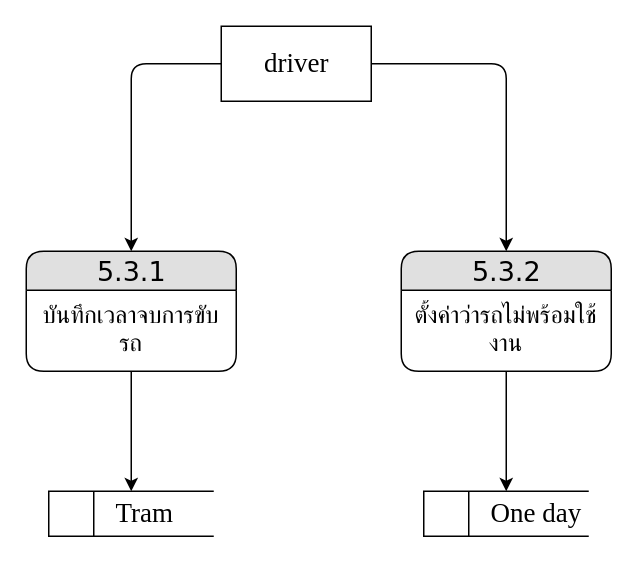
The draw.io diagram page "5.3" (6 of 7) of data_flow.drawio in Domineice/Tram_tracking_draft, before the edit. Source tidied: cells renumbered, new cells numbered last; positions are measured from the earlier drawing's top-left corner, leaving out a move shared by most shapes. Both pictures are drawn from the tidied source at 150%, with x=0, y=0 at pixel (26, 26).
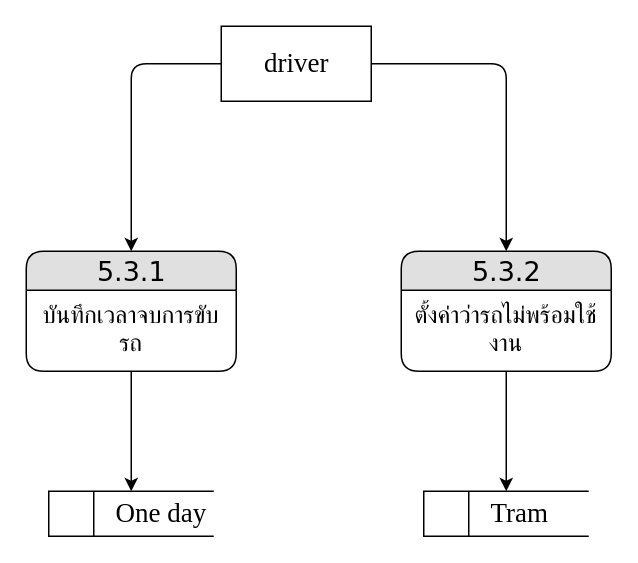
After the change.

Change to the diagram source:
```diff
@@
 <mxGraphModel>
   <root>
     <mxCell id="0" />
     <mxCell id="1" parent="0" />
     <mxCell id="2" style="edgeStyle=orthogonalEdgeStyle;rounded=1;jettySize=auto;html=1;fontSize=16;" parent="1" edge="1" source="4" target="8">
       <mxGeometry relative="1" as="geometry">
         <Array as="points">
           <mxPoint x="70" y="25" />
         </Array>
       </mxGeometry>
     </mxCell>
     <mxCell id="3" style="edgeStyle=orthogonalEdgeStyle;rounded=1;jettySize=auto;html=1;fontSize=16;" parent="1" edge="1" source="4" target="11">
       <mxGeometry relative="1" as="geometry" />
     </mxCell>
     <mxCell id="4" value="driver" style="html=1;dashed=0;whitespace=wrap;fontFamily=Times New Roman;fontSize=18;align=center;" parent="1" vertex="1">
       <mxGeometry x="130" width="100" height="50" as="geometry" />
     </mxCell>
-    <mxCell id="5" value="&lt;blockquote style=&quot;margin: 0 0 0 40px ; border: none ; padding: 0px&quot;&gt;Tram&lt;/blockquote&gt;" style="html=1;dashed=0;whitespace=wrap;shape=mxgraph.dfd.dataStoreID;align=left;spacingLeft=3;points=[[0,0],[0.5,0],[1,0],[0,0.5],[1,0.5],[0,1],[0.5,1],[1,1]];fontFamily=Times New Roman;fontSize=18;" parent="1" vertex="1">
+    <mxCell id="5" value="&lt;blockquote style=&quot;margin: 0 0 0 40px ; border: none ; padding: 0px&quot;&gt;One day&lt;/blockquote&gt;" style="html=1;dashed=0;whitespace=wrap;shape=mxgraph.dfd.dataStoreID;align=left;spacingLeft=3;points=[[0,0],[0.5,0],[1,0],[0,0.5],[1,0.5],[0,1],[0.5,1],[1,1]];fontFamily=Times New Roman;fontSize=18;" parent="1" vertex="1">
       <mxGeometry x="15" y="310" width="110" height="30" as="geometry" />
     </mxCell>
-    <mxCell id="6" value="&lt;blockquote style=&quot;margin: 0 0 0 40px ; border: none ; padding: 0px&quot;&gt;One day&lt;/blockquote&gt;" style="html=1;dashed=0;whitespace=wrap;shape=mxgraph.dfd.dataStoreID;align=left;spacingLeft=3;points=[[0,0],[0.5,0],[1,0],[0,0.5],[1,0.5],[0,1],[0.5,1],[1,1]];fontFamily=Times New Roman;fontSize=18;" parent="1" vertex="1">
+    <mxCell id="6" value="&lt;blockquote style=&quot;margin: 0 0 0 40px ; border: none ; padding: 0px&quot;&gt;Tram&lt;/blockquote&gt;" style="html=1;dashed=0;whitespace=wrap;shape=mxgraph.dfd.dataStoreID;align=left;spacingLeft=3;points=[[0,0],[0.5,0],[1,0],[0,0.5],[1,0.5],[0,1],[0.5,1],[1,1]];fontFamily=Times New Roman;fontSize=18;" parent="1" vertex="1">
       <mxGeometry x="265" y="310" width="110" height="30" as="geometry" />
     </mxCell>
     <mxCell id="7" style="edgeStyle=orthogonalEdgeStyle;rounded=1;jettySize=auto;html=1;fontSize=16;" parent="1" edge="1" source="8" target="5">
       <mxGeometry relative="1" as="geometry" />
     </mxCell>
     <mxCell id="8" value="&lt;font style=&quot;font-size: 18px&quot;&gt;5.3.1&lt;br&gt;&lt;/font&gt;" style="swimlane;html=1;fontStyle=0;horizontal=1;startSize=26;fillColor=#e0e0e0;swimlaneFillColor=#ffffff;align=center;rounded=1;shadow=0;comic=0;labelBackgroundColor=none;strokeWidth=1;fontFamily=Verdana;fontSize=12;" parent="1" vertex="1">
       <mxGeometry y="150" width="140" height="80" as="geometry" />
     </mxCell>
     <mxCell id="9" value="&lt;span style=&quot;font-size: 16px&quot;&gt;บันทึกเวลาจบการขับรถ&lt;/span&gt;" style="text;html=1;strokeColor=none;fillColor=none;spacingLeft=4;spacingRight=4;whiteSpace=wrap;overflow=hidden;align=center;" parent="8" vertex="1">
       <mxGeometry y="26" width="140" height="44" as="geometry" />
     </mxCell>
     <mxCell id="10" style="edgeStyle=orthogonalEdgeStyle;rounded=1;jettySize=auto;html=1;fontSize=16;" parent="1" edge="1" source="11" target="6">
       <mxGeometry relative="1" as="geometry" />
     </mxCell>
     <mxCell id="11" value="&lt;font style=&quot;font-size: 18px&quot;&gt;5.3.2&lt;br&gt;&lt;/font&gt;" style="swimlane;html=1;fontStyle=0;horizontal=1;startSize=26;fillColor=#e0e0e0;swimlaneFillColor=#ffffff;align=center;rounded=1;shadow=0;comic=0;labelBackgroundColor=none;strokeWidth=1;fontFamily=Verdana;fontSize=12;" parent="1" vertex="1">
       <mxGeometry x="250" y="150" width="140" height="80" as="geometry" />
     </mxCell>
     <mxCell id="12" value="&lt;span style=&quot;font-size: 16px&quot;&gt;ตั้งค่าว่ารถไม่พร้อมใช้งาน&lt;/span&gt;" style="text;html=1;strokeColor=none;fillColor=none;spacingLeft=4;spacingRight=4;whiteSpace=wrap;overflow=hidden;align=center;" parent="11" vertex="1">
       <mxGeometry y="26" width="140" height="44" as="geometry" />
     </mxCell>
   </root>
 </mxGraphModel>
```
